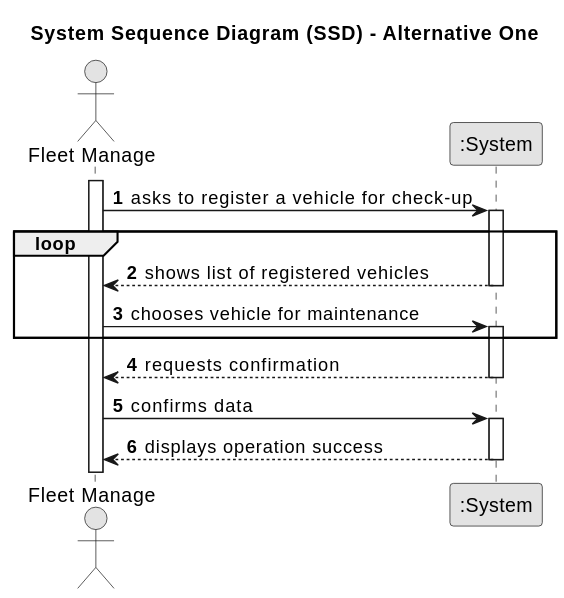
Earlier version of the PlantUML export docs/sprintB/us007/01.requirements-engineering/svg/us007-system-sequence-diagram-alternative-one.svg (diogoveirospro/lei-24-s2-1dg-g072). Source of this version:
```plantuml
@startuml
skinparam monochrome true
skinparam packageStyle rectangle
skinparam shadowing false

title System Sequence Diagram (SSD) - Alternative One

autonumber

actor "Fleet Manage" as Employee
participant ":System" as System

activate Employee

    Employee -> System : asks to register a vehicle for check-up
    activate System
    loop

        System --> Employee : shows list of registered vehicles
    deactivate System

    Employee -> System : chooses vehicle for maintenance
    activate System
    end
        System --> Employee : requests confirmation
    deactivate System

    Employee -> System : confirms data
    activate System

        System --> Employee : displays operation success
    deactivate System
@enduml
```
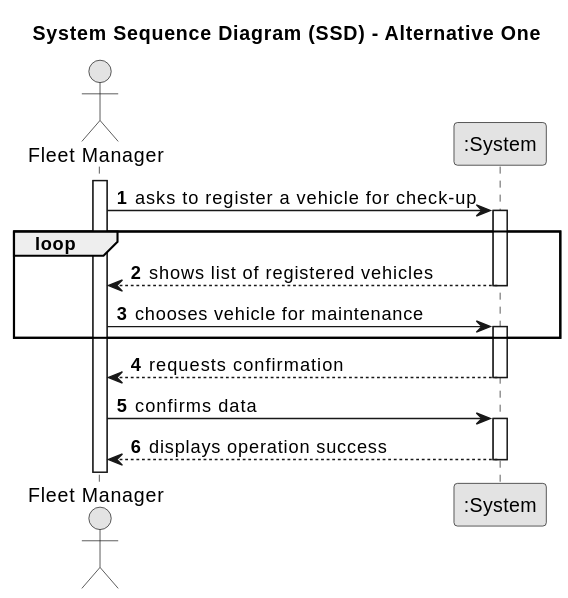
Later version of the same file.

The edit, as a diff of the source:
```diff
@@ -7,7 +7,7 @@
 
 autonumber
 
-actor "Fleet Manage" as Employee
+actor "Fleet Manager" as Employee
 participant ":System" as System
 
 activate Employee
```
